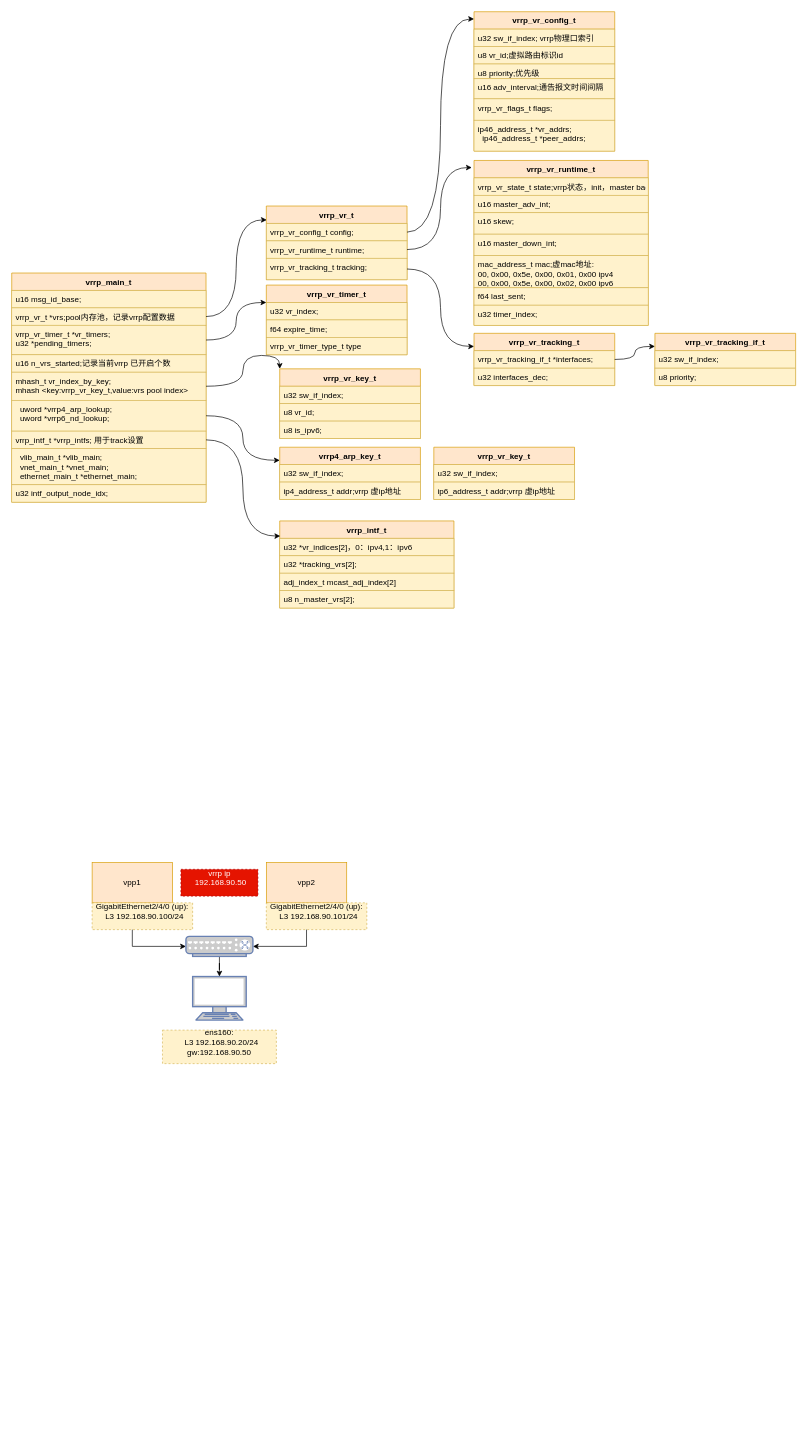
The draw.io diagram new_map/vrrp.drawio in jin13417/dpdk-vpp-learning, before the edit. Source tidied: cells renumbered, new cells numbered last; positions are measured from the earlier drawing's top-left corner, leaving out a move shared by most shapes. Both pictures are drawn from the tidied source at 67%, with x=0, y=0 at pixel (11, 11).
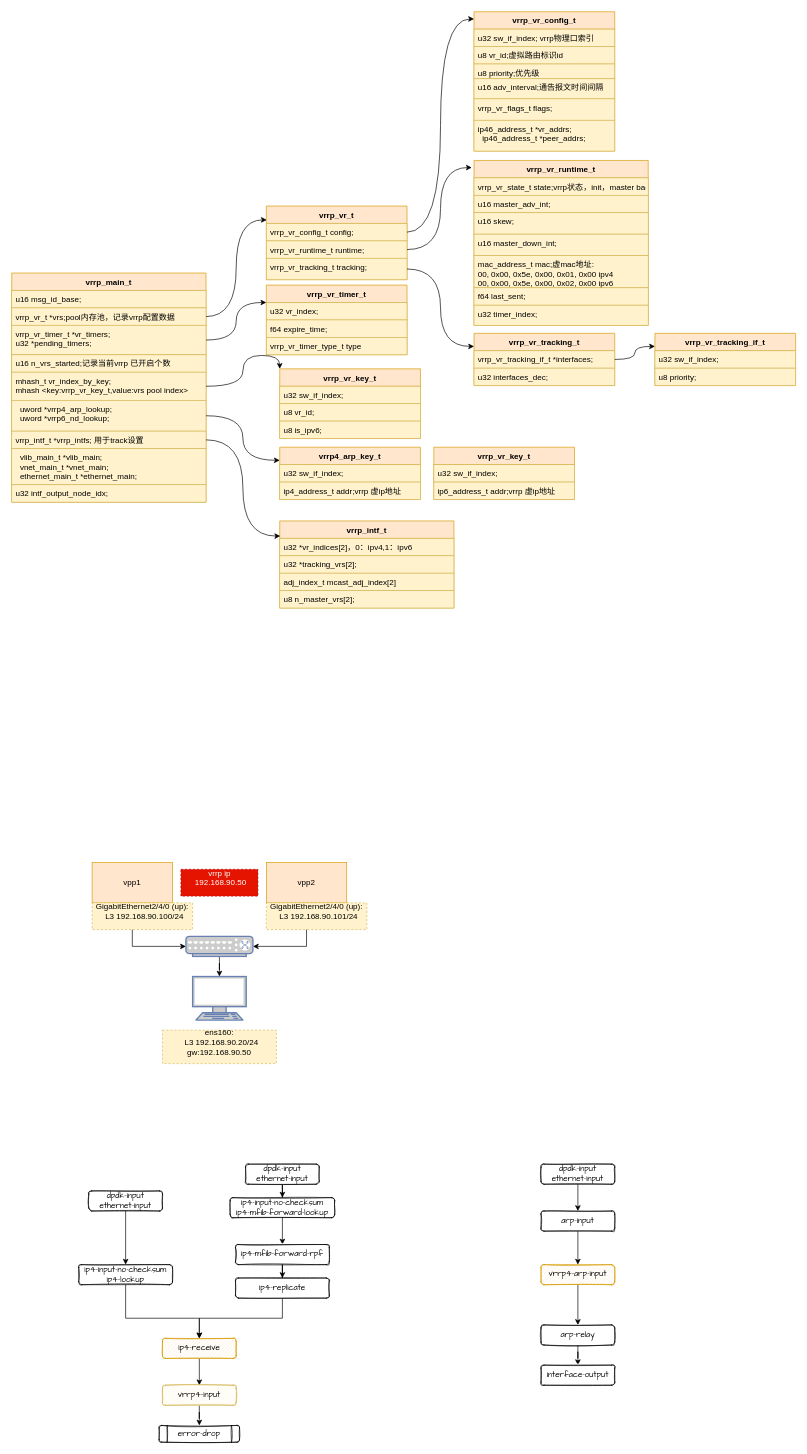
The same diagram, later.

What changed in the source:
```diff
@@
+    <mxCell id="76" style="edgeStyle=orthogonalEdgeStyle;rounded=0;jettySize=auto;html=1;fontFamily=Comic Sans MS;" parent="1" edge="1" source="77" target="79">
+      <mxGeometry relative="1" as="geometry" />
+    </mxCell>
+    <mxCell id="77" value="dpdk-input&lt;br&gt;ethernet-input" style="rounded=1;whiteSpace=wrap;html=1;fontFamily=Comic Sans MS;labelBackgroundColor=none;labelBorderColor=none;shadow=0;sketch=1;glass=0;" parent="1" vertex="1">
+      <mxGeometry x="115" y="1760" width="110" height="30" as="geometry" />
+    </mxCell>
+    <mxCell id="78" style="edgeStyle=orthogonalEdgeStyle;rounded=0;jettySize=auto;html=1;fontFamily=Comic Sans MS;" parent="1" edge="1" source="79" target="81">
+      <mxGeometry relative="1" as="geometry">
+        <Array as="points">
+          <mxPoint x="170" y="1950" />
+          <mxPoint x="280" y="1950" />
+        </Array>
+      </mxGeometry>
+    </mxCell>
+    <mxCell id="79" value="ip4-input-no-checksum&lt;br&gt;ip4-lookup" style="rounded=1;whiteSpace=wrap;html=1;fontFamily=Comic Sans MS;labelBackgroundColor=none;labelBorderColor=none;shadow=0;sketch=1;glass=0;" parent="1" vertex="1">
+      <mxGeometry x="100" y="1870" width="140" height="30" as="geometry" />
+    </mxCell>
+    <mxCell id="80" style="edgeStyle=orthogonalEdgeStyle;rounded=0;jettySize=auto;html=1;fontFamily=Comic Sans MS;" parent="1" edge="1" source="81" target="83">
+      <mxGeometry relative="1" as="geometry" />
+    </mxCell>
+    <mxCell id="81" value="ip4-receive" style="rounded=1;whiteSpace=wrap;html=1;fontFamily=Comic Sans MS;labelBackgroundColor=none;labelBorderColor=none;shadow=0;sketch=1;glass=0;fillColor=#ffe6cc;strokeColor=#d79b00;" parent="1" vertex="1">
+      <mxGeometry x="225" y="1980" width="110" height="30" as="geometry" />
+    </mxCell>
+    <mxCell id="82" style="edgeStyle=orthogonalEdgeStyle;rounded=0;jettySize=auto;html=1;fontFamily=Comic Sans MS;" parent="1" edge="1" source="83" target="84">
+      <mxGeometry relative="1" as="geometry" />
+    </mxCell>
+    <mxCell id="83" value="vrrp4-input" style="rounded=1;whiteSpace=wrap;html=1;fontFamily=Comic Sans MS;labelBackgroundColor=none;labelBorderColor=none;shadow=0;sketch=1;glass=0;fillColor=#fff2cc;strokeColor=#d6b656;" parent="1" vertex="1">
+      <mxGeometry x="225" y="2050" width="110" height="30" as="geometry" />
+    </mxCell>
+    <mxCell id="84" value="error-drop" style="shape=process;whiteSpace=wrap;html=1;backgroundOutline=1;fontFamily=Comic Sans MS;rounded=1;labelBackgroundColor=none;labelBorderColor=none;shadow=0;sketch=1;glass=0;" parent="1" vertex="1">
+      <mxGeometry x="220" y="2110" width="120" height="25" as="geometry" />
+    </mxCell>
+    <mxCell id="85" style="edgeStyle=orthogonalEdgeStyle;rounded=0;jettySize=auto;html=1;fontFamily=Comic Sans MS;" parent="1" edge="1" source="86" target="88">
+      <mxGeometry relative="1" as="geometry" />
+    </mxCell>
+    <mxCell id="86" value="dpdk-input&lt;br&gt;ethernet-input" style="rounded=1;whiteSpace=wrap;html=1;fontFamily=Comic Sans MS;labelBackgroundColor=none;labelBorderColor=none;shadow=0;sketch=1;glass=0;" parent="1" vertex="1">
+      <mxGeometry x="349" y="1720" width="110" height="30" as="geometry" />
+    </mxCell>
+    <mxCell id="87" style="edgeStyle=orthogonalEdgeStyle;rounded=0;jettySize=auto;html=1;fontFamily=Comic Sans MS;" parent="1" edge="1" source="88" target="90">
+      <mxGeometry relative="1" as="geometry" />
+    </mxCell>
+    <mxCell id="88" value="ip4-input-no-checksum&lt;br&gt;ip4-mfib-forward-lookup" style="rounded=1;whiteSpace=wrap;html=1;fontFamily=Comic Sans MS;labelBackgroundColor=none;labelBorderColor=none;shadow=0;sketch=1;glass=0;" parent="1" vertex="1">
+      <mxGeometry x="326" y="1770" width="156" height="30" as="geometry" />
+    </mxCell>
+    <mxCell id="89" style="edgeStyle=orthogonalEdgeStyle;rounded=0;jettySize=auto;html=1;fontFamily=Comic Sans MS;fontColor=#000000;" parent="1" edge="1" source="90" target="92">
+      <mxGeometry relative="1" as="geometry" />
+    </mxCell>
+    <mxCell id="90" value="ip4-mfib-forward-rpf" style="rounded=1;whiteSpace=wrap;html=1;fontFamily=Comic Sans MS;labelBackgroundColor=none;labelBorderColor=none;shadow=0;sketch=1;glass=0;" parent="1" vertex="1">
+      <mxGeometry x="334" y="1840" width="140" height="30" as="geometry" />
+    </mxCell>
+    <mxCell id="91" style="edgeStyle=orthogonalEdgeStyle;rounded=0;jettySize=auto;html=1;fontFamily=Comic Sans MS;fontColor=#000000;entryX=0.5;entryY=0;entryDx=0;entryDy=0;" parent="1" edge="1" source="92" target="81">
+      <mxGeometry relative="1" as="geometry">
+        <Array as="points">
+          <mxPoint x="404" y="1950" />
+          <mxPoint x="280" y="1950" />
+        </Array>
+      </mxGeometry>
+    </mxCell>
+    <mxCell id="92" value="ip4-replicate" style="rounded=1;whiteSpace=wrap;html=1;fontFamily=Comic Sans MS;labelBackgroundColor=none;labelBorderColor=none;shadow=0;sketch=1;glass=0;" parent="1" vertex="1">
+      <mxGeometry x="334" y="1890" width="140" height="30" as="geometry" />
+    </mxCell>
+    <mxCell id="93" style="edgeStyle=orthogonalEdgeStyle;rounded=0;jettySize=auto;html=1;fontFamily=Comic Sans MS;fontColor=#000000;" parent="1" edge="1" source="94" target="96">
+      <mxGeometry relative="1" as="geometry" />
+    </mxCell>
+    <mxCell id="94" value="dpdk-input&lt;br&gt;ethernet-input" style="rounded=1;whiteSpace=wrap;html=1;fontFamily=Comic Sans MS;labelBackgroundColor=none;labelBorderColor=none;shadow=0;sketch=1;glass=0;" parent="1" vertex="1">
+      <mxGeometry x="790" y="1720" width="110" height="30" as="geometry" />
+    </mxCell>
+    <mxCell id="95" style="edgeStyle=orthogonalEdgeStyle;rounded=0;jettySize=auto;html=1;fontFamily=Comic Sans MS;fontColor=#000000;" parent="1" edge="1" source="96" target="98">
+      <mxGeometry relative="1" as="geometry" />
+    </mxCell>
+    <mxCell id="96" value="arp-input" style="rounded=1;whiteSpace=wrap;html=1;fontFamily=Comic Sans MS;labelBackgroundColor=none;labelBorderColor=none;shadow=0;sketch=1;glass=0;" parent="1" vertex="1">
+      <mxGeometry x="790" y="1790" width="110" height="30" as="geometry" />
+    </mxCell>
+    <mxCell id="97" style="edgeStyle=orthogonalEdgeStyle;rounded=0;jettySize=auto;html=1;fontFamily=Comic Sans MS;fontColor=#000000;" parent="1" edge="1" source="98" target="100">
+      <mxGeometry relative="1" as="geometry" />
+    </mxCell>
+    <mxCell id="98" value="vrrp4-arp-input" style="rounded=1;whiteSpace=wrap;html=1;fontFamily=Comic Sans MS;labelBackgroundColor=none;labelBorderColor=none;shadow=0;sketch=1;glass=0;fillColor=#ffe6cc;strokeColor=#d79b00;" parent="1" vertex="1">
+      <mxGeometry x="790" y="1870" width="110" height="30" as="geometry" />
+    </mxCell>
+    <mxCell id="99" style="edgeStyle=orthogonalEdgeStyle;rounded=0;jettySize=auto;html=1;fontFamily=Comic Sans MS;fontColor=#000000;" parent="1" edge="1" source="100" target="101">
+      <mxGeometry relative="1" as="geometry" />
+    </mxCell>
+    <mxCell id="100" value="arp-relay" style="rounded=1;whiteSpace=wrap;html=1;fontFamily=Comic Sans MS;labelBackgroundColor=none;labelBorderColor=none;shadow=0;sketch=1;glass=0;" parent="1" vertex="1">
+      <mxGeometry x="790" y="1960" width="110" height="30" as="geometry" />
+    </mxCell>
+    <mxCell id="101" value="interface-output" style="rounded=1;whiteSpace=wrap;html=1;fontFamily=Comic Sans MS;labelBackgroundColor=none;labelBorderColor=none;shadow=0;sketch=1;glass=0;" parent="1" vertex="1">
+      <mxGeometry x="790" y="2020" width="110" height="30" as="geometry" />
+    </mxCell>
```
